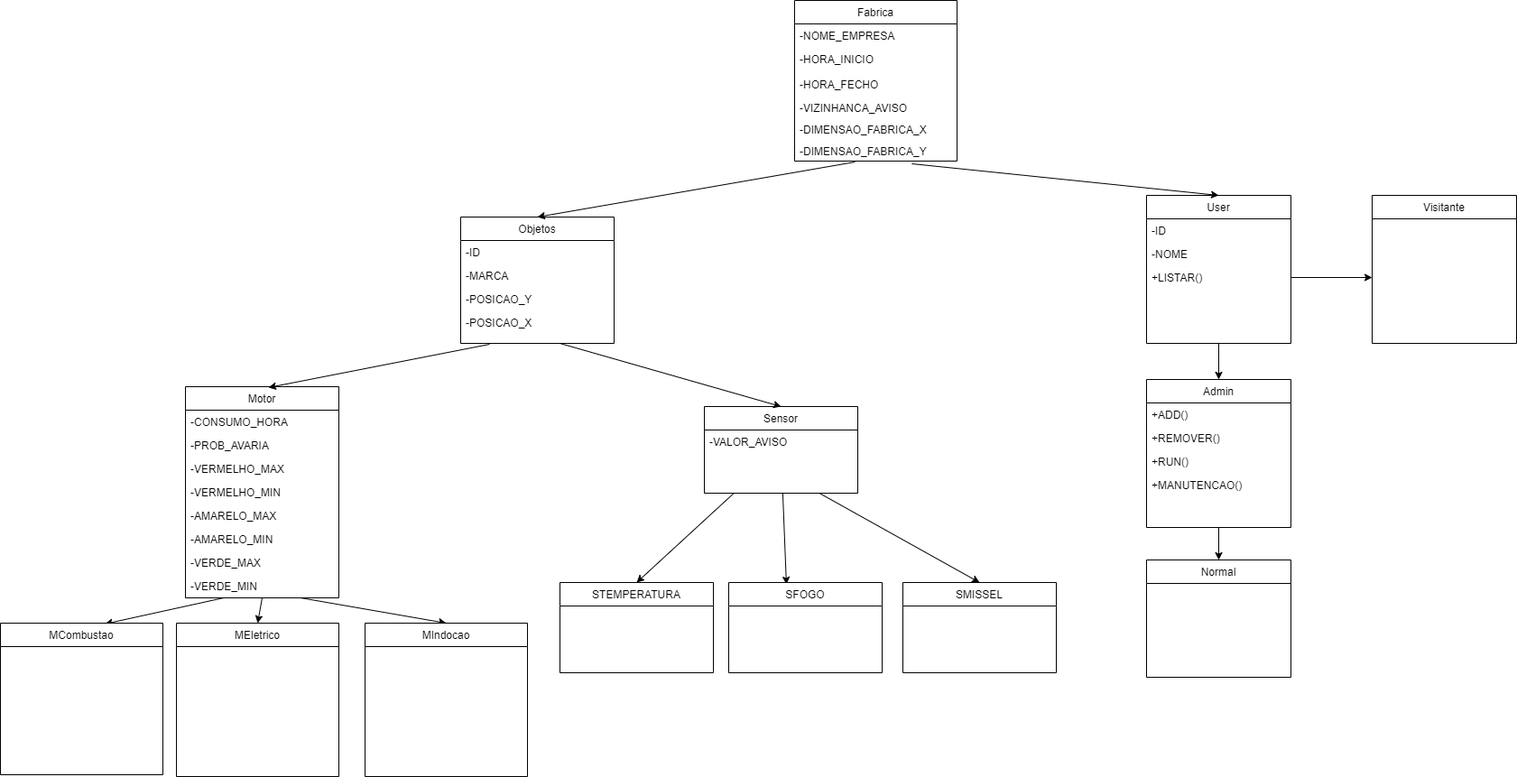
Before: GestaoFabrica.drawio.png, a diagram exported from draw.io (Fiteira/Projeto-POO). Source tidied: cells renumbered, new cells last; positions are measured from the earlier drawing's top-left corner, leaving out a move shared by most shapes.
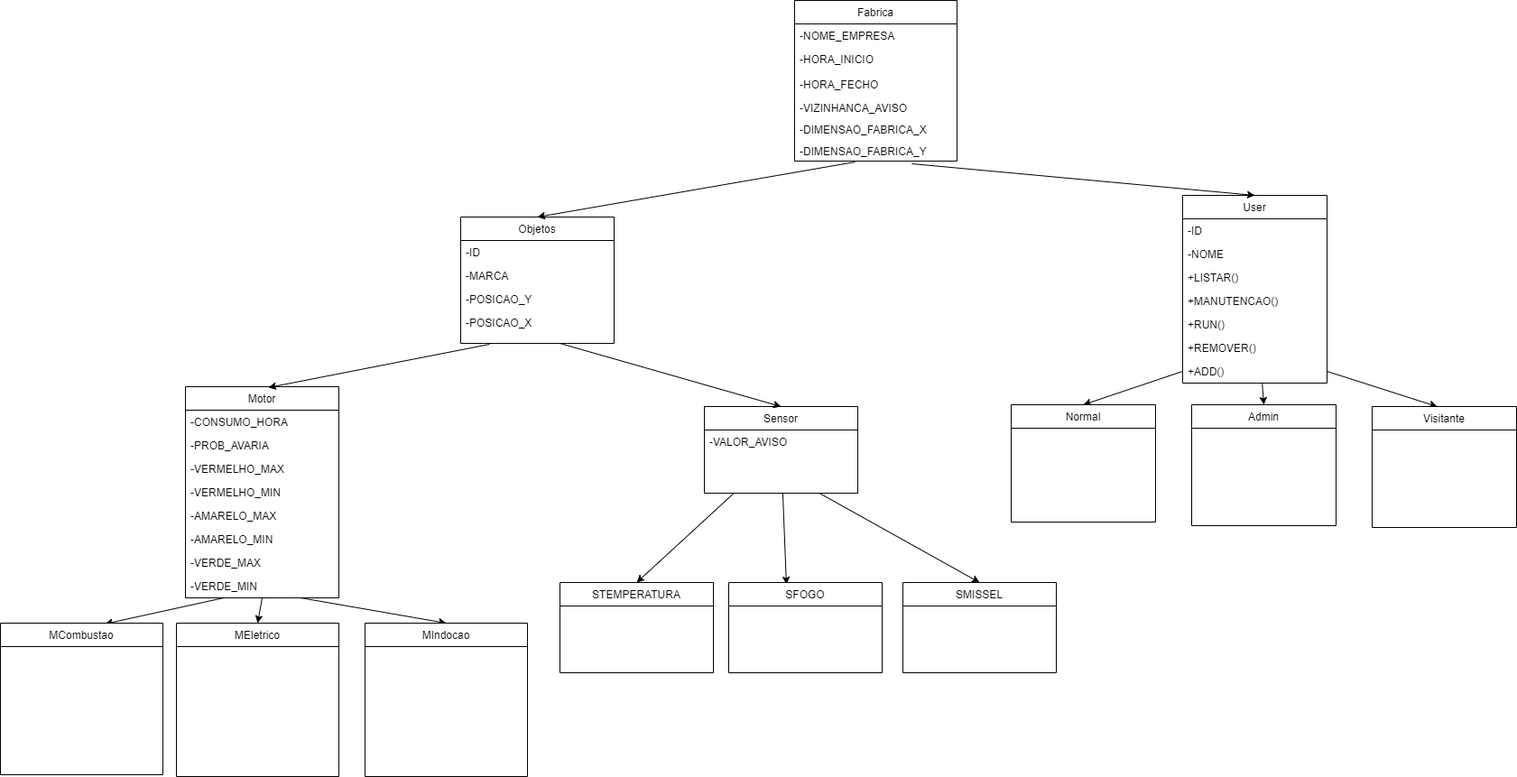
The same diagram one commit later.

The edit, as a diff of the source:
```diff
@@ -74,16 +74,14 @@
     <mxCell id="25" value="-VALOR_AVISO" style="text;align=left;verticalAlign=top;spacingLeft=4;spacingRight=4;overflow=hidden;rounded=0;shadow=0;html=0;" parent="24" vertex="1">
       <mxGeometry y="26" width="170" height="26" as="geometry" />
     </mxCell>
-    <mxCell id="26" style="edgeStyle=none;rounded=0;jettySize=auto;html=1;exitX=1;exitY=0.5;exitDx=0;exitDy=0;" parent="1" edge="1" source="31">
-      <mxGeometry relative="1" as="geometry">
-        <mxPoint x="1520" y="307" as="targetPoint" />
-      </mxGeometry>
+    <mxCell id="26" style="edgeStyle=none;rounded=0;jettySize=auto;html=1;exitX=1;exitY=0.5;exitDx=0;exitDy=0;entryX=0.45;entryY=0;entryDx=0;entryDy=0;entryPerimeter=0;" parent="1" edge="1" source="41" target="46">
+      <mxGeometry relative="1" as="geometry" />
     </mxCell>
     <mxCell id="27" style="edgeStyle=none;rounded=0;jettySize=auto;html=1;entryX=0.5;entryY=0;entryDx=0;entryDy=0;" parent="1" edge="1" source="28" target="40">
       <mxGeometry relative="1" as="geometry" />
     </mxCell>
     <mxCell id="28" value="User" style="swimlane;fontStyle=0;align=center;verticalAlign=top;horizontal=1;startSize=26;rounded=0;shadow=0;strokeWidth=1;" parent="1" vertex="1">
-      <mxGeometry x="1270" y="216" width="160" height="164" as="geometry" />
+      <mxGeometry x="1310" y="216" width="160" height="208" as="geometry" />
     </mxCell>
     <mxCell id="29" value="-ID" style="text;align=left;verticalAlign=top;spacingLeft=4;spacingRight=4;overflow=hidden;rounded=0;shadow=0;html=0;" parent="28" vertex="1">
       <mxGeometry y="26" width="160" height="26" as="geometry" />
@@ -94,6 +92,18 @@
     <mxCell id="31" value="+LISTAR()" style="text;align=left;verticalAlign=top;spacingLeft=4;spacingRight=4;overflow=hidden;points=[[0,0.5],[1,0.5]];portConstraint=eastwest;rounded=0;shadow=0;html=0;" parent="28" vertex="1">
       <mxGeometry y="78" width="160" height="26" as="geometry" />
     </mxCell>
+    <mxCell id="44" value="+MANUTENCAO()" style="text;align=left;verticalAlign=top;spacingLeft=4;spacingRight=4;overflow=hidden;rounded=0;shadow=0;html=0;" parent="28" vertex="1">
+      <mxGeometry y="104" width="160" height="26" as="geometry" />
+    </mxCell>
+    <mxCell id="43" value="+RUN()" style="text;align=left;verticalAlign=top;spacingLeft=4;spacingRight=4;overflow=hidden;rounded=0;shadow=0;html=0;" parent="28" vertex="1">
+      <mxGeometry y="130" width="160" height="26" as="geometry" />
+    </mxCell>
+    <mxCell id="42" value="+REMOVER()" style="text;align=left;verticalAlign=top;spacingLeft=4;spacingRight=4;overflow=hidden;rounded=0;shadow=0;html=0;" parent="28" vertex="1">
+      <mxGeometry y="156" width="160" height="26" as="geometry" />
+    </mxCell>
+    <mxCell id="41" value="+ADD()" style="text;align=left;verticalAlign=top;spacingLeft=4;spacingRight=4;overflow=hidden;points=[[0,0.5],[1,0.5]];portConstraint=eastwest;rounded=0;shadow=0;html=0;" parent="28" vertex="1">
+      <mxGeometry y="182" width="160" height="26" as="geometry" />
+    </mxCell>
     <mxCell id="32" value="MCombustao" style="swimlane;fontStyle=0;align=center;verticalAlign=top;horizontal=1;startSize=26;rounded=0;shadow=0;strokeWidth=1;" parent="1" vertex="1">
       <mxGeometry y="690" width="180" height="168" as="geometry" />
     </mxCell>
@@ -115,29 +125,17 @@
     <mxCell id="38" value="SMISSEL" style="swimlane;fontStyle=0;align=center;verticalAlign=top;horizontal=1;startSize=26;rounded=0;shadow=0;strokeWidth=1;" parent="1" vertex="1">
       <mxGeometry x="1000" y="645" width="170" height="100" as="geometry" />
     </mxCell>
-    <mxCell id="39" style="edgeStyle=none;rounded=0;jettySize=auto;html=1;entryX=0.5;entryY=0;entryDx=0;entryDy=0;" parent="1" edge="1" source="40" target="45">
+    <mxCell id="39" style="edgeStyle=none;rounded=0;jettySize=auto;html=1;entryX=0.5;entryY=0;entryDx=0;entryDy=0;exitX=0;exitY=0.5;exitDx=0;exitDy=0;" parent="1" edge="1" source="41" target="45">
       <mxGeometry relative="1" as="geometry" />
     </mxCell>
     <mxCell id="40" value="Admin" style="swimlane;fontStyle=0;align=center;verticalAlign=top;horizontal=1;startSize=26;rounded=0;shadow=0;strokeWidth=1;" parent="1" vertex="1">
-      <mxGeometry x="1270" y="420" width="160" height="164" as="geometry" />
+      <mxGeometry x="1320" y="448" width="160" height="134" as="geometry" />
     </mxCell>
-    <mxCell id="41" value="+ADD()" style="text;align=left;verticalAlign=top;spacingLeft=4;spacingRight=4;overflow=hidden;points=[[0,0.5],[1,0.5]];portConstraint=eastwest;rounded=0;shadow=0;html=0;" parent="40" vertex="1">
-      <mxGeometry y="26" width="160" height="26" as="geometry" />
-    </mxCell>
-    <mxCell id="42" value="+REMOVER()" style="text;align=left;verticalAlign=top;spacingLeft=4;spacingRight=4;overflow=hidden;rounded=0;shadow=0;html=0;" parent="40" vertex="1">
-      <mxGeometry y="52" width="160" height="26" as="geometry" />
-    </mxCell>
-    <mxCell id="43" value="+RUN()" style="text;align=left;verticalAlign=top;spacingLeft=4;spacingRight=4;overflow=hidden;rounded=0;shadow=0;html=0;" parent="40" vertex="1">
-      <mxGeometry y="78" width="160" height="26" as="geometry" />
-    </mxCell>
-    <mxCell id="44" value="+MANUTENCAO()" style="text;align=left;verticalAlign=top;spacingLeft=4;spacingRight=4;overflow=hidden;rounded=0;shadow=0;html=0;" parent="40" vertex="1">
-      <mxGeometry y="104" width="160" height="26" as="geometry" />
-    </mxCell>
     <mxCell id="45" value="Normal" style="swimlane;fontStyle=0;align=center;verticalAlign=top;horizontal=1;startSize=26;rounded=0;shadow=0;strokeWidth=1;" parent="1" vertex="1">
-      <mxGeometry x="1270" y="620" width="160" height="130" as="geometry" />
+      <mxGeometry x="1120" y="448" width="160" height="130" as="geometry" />
     </mxCell>
     <mxCell id="46" value="Visitante" style="swimlane;fontStyle=0;align=center;verticalAlign=top;horizontal=1;startSize=26;rounded=0;shadow=0;strokeWidth=1;" parent="1" vertex="1">
-      <mxGeometry x="1520" y="216" width="160" height="164" as="geometry" />
+      <mxGeometry x="1520" y="450" width="160" height="134" as="geometry" />
     </mxCell>
     <mxCell id="47" value="Objetos" style="swimlane;fontStyle=0;align=center;verticalAlign=top;horizontal=1;startSize=26;rounded=0;shadow=0;strokeWidth=1;" parent="1" vertex="1">
       <mxGeometry x="510" y="240" width="170" height="140" as="geometry" />
```
